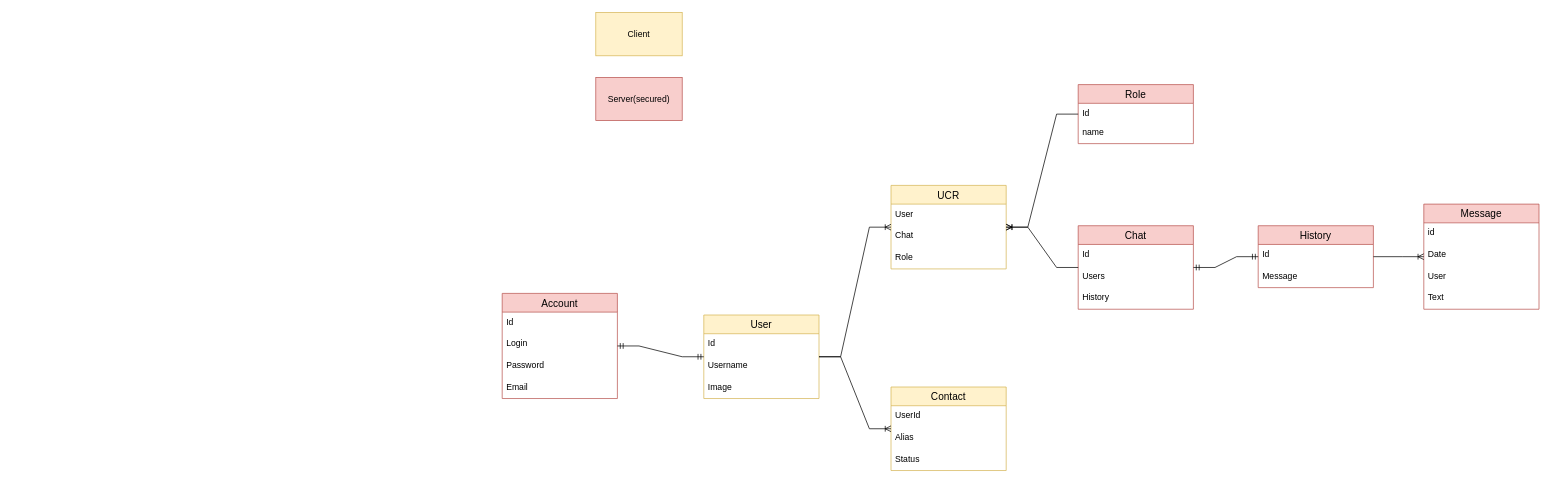
Above: page "DB" (1 of 5) of Resources/DB.drawio in Plasmat1x/CourseProjectCS2 (draw.io), before the change. Source tidied: cells renumbered, new cells numbered last; positions are measured from the earlier drawing's top-left corner, leaving out a move shared by most shapes. Both pictures are drawn from the tidied source at 72%, with x=0, y=0 at pixel (502, 12).
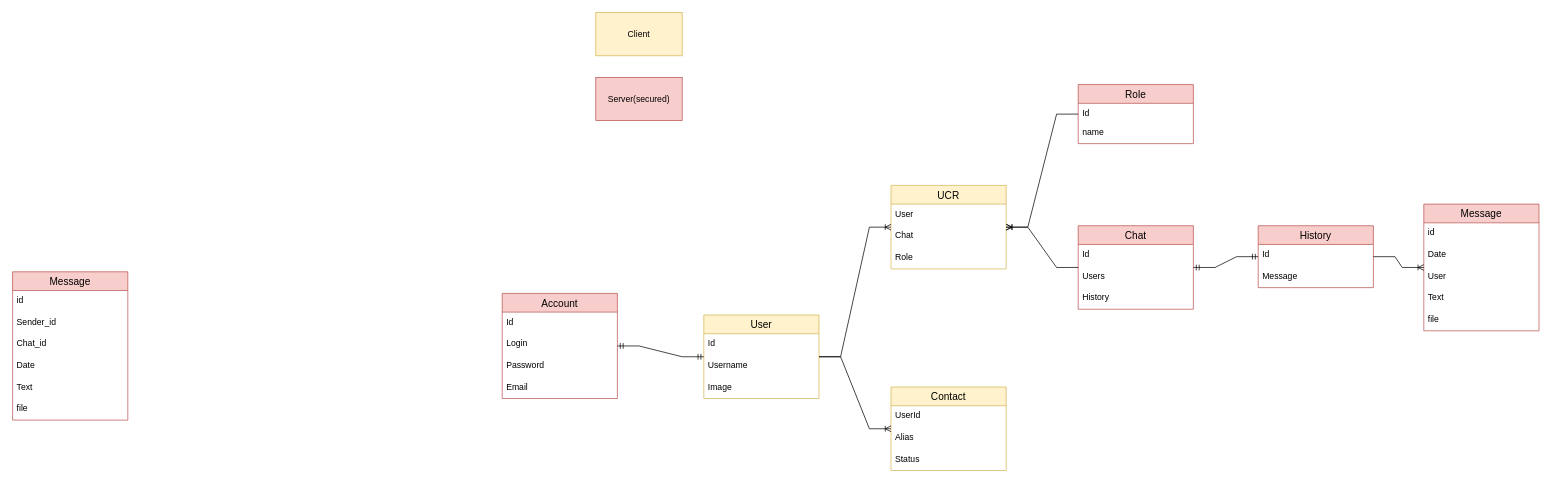
The same page after the edit.

What changed in the source:
```diff
@@
     <mxCell id="20" value="Message" style="swimlane;fontStyle=0;horizontal=1;startSize=26;align=center;fontSize=14;fillColor=#f8cecc;strokeColor=#b85450;" parent="1" vertex="1">
-      <mxGeometry x="1280" y="266" width="160" height="146" as="geometry" />
+      <mxGeometry x="1280" y="266" width="160" height="176" as="geometry" />
     </mxCell>
@@
+    <mxCell id="43" value="file" style="text;strokeColor=none;fillColor=none;spacingLeft=4;spacingRight=4;overflow=hidden;fontSize=12;" parent="20" vertex="1">
+      <mxGeometry y="146" width="160" height="30" as="geometry" />
+    </mxCell>
@@
+    <mxCell id="44" value="Message" style="swimlane;fontStyle=0;horizontal=1;startSize=26;align=center;fontSize=14;fillColor=#f8cecc;strokeColor=#b85450;" parent="1" vertex="1">
+      <mxGeometry x="-680" y="360" width="160" height="206" as="geometry" />
+    </mxCell>
+    <mxCell id="45" value="id" style="text;strokeColor=none;fillColor=none;spacingLeft=4;spacingRight=4;overflow=hidden;fontSize=12;" parent="44" vertex="1">
+      <mxGeometry y="26" width="160" height="30" as="geometry" />
+    </mxCell>
+    <mxCell id="46" value="Sender_id" style="text;strokeColor=none;fillColor=none;spacingLeft=4;spacingRight=4;overflow=hidden;fontSize=12;" parent="44" vertex="1">
+      <mxGeometry y="56" width="160" height="30" as="geometry" />
+    </mxCell>
+    <mxCell id="47" value="Chat_id" style="text;strokeColor=none;fillColor=none;spacingLeft=4;spacingRight=4;overflow=hidden;fontSize=12;" parent="44" vertex="1">
+      <mxGeometry y="86" width="160" height="30" as="geometry" />
+    </mxCell>
+    <mxCell id="48" value="Date" style="text;strokeColor=none;fillColor=none;spacingLeft=4;spacingRight=4;overflow=hidden;fontSize=12;" parent="44" vertex="1">
+      <mxGeometry y="116" width="160" height="30" as="geometry" />
+    </mxCell>
+    <mxCell id="49" value="Text" style="text;strokeColor=none;fillColor=none;spacingLeft=4;spacingRight=4;overflow=hidden;fontSize=12;" parent="44" vertex="1">
+      <mxGeometry y="146" width="160" height="30" as="geometry" />
+    </mxCell>
+    <mxCell id="50" value="file" style="text;strokeColor=none;fillColor=none;spacingLeft=4;spacingRight=4;overflow=hidden;fontSize=12;" parent="44" vertex="1">
+      <mxGeometry y="176" width="160" height="30" as="geometry" />
+    </mxCell>
```
